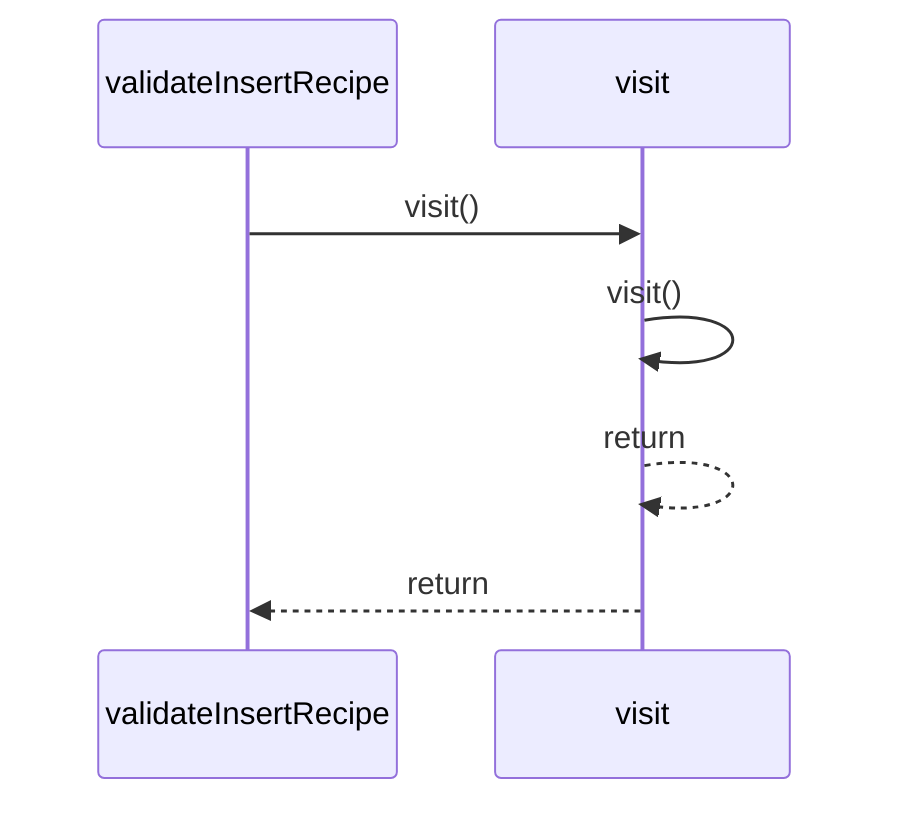
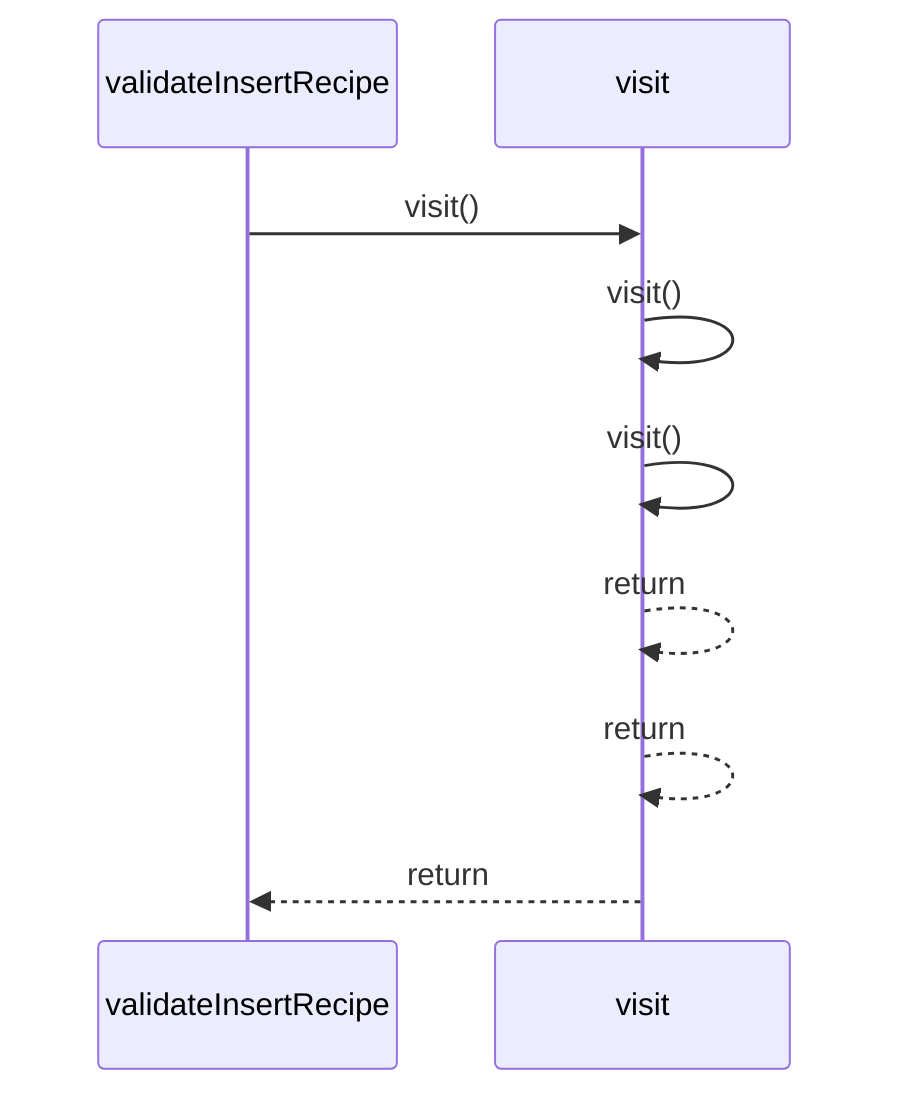
sequenceDiagram
  participant participant_validateInsertRecipe as validateInsertRecipe
  participant participant_visit as visit
  participant_validateInsertRecipe->>participant_visit: visit()
  participant_visit->>participant_visit: visit()
+   participant_visit->>participant_visit: visit()
+   participant_visit-->>participant_visit: return
  participant_visit-->>participant_visit: return
  participant_visit-->>participant_validateInsertRecipe: return
